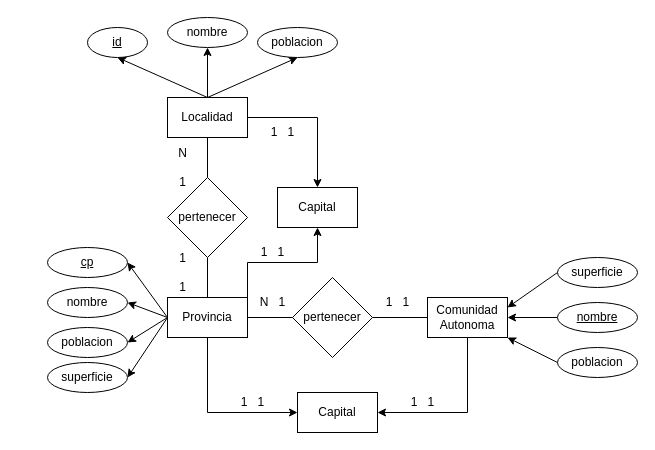
The draw.io diagram ej3.drawio in adriii28/amr-tsys-C3U12-11102023, before the edit. Source tidied: cells renumbered, new cells numbered last; positions are measured from the earlier drawing's top-left corner, leaving out a move shared by most shapes. Both pictures are drawn from the tidied source at 100%, with x=0, y=0 at pixel (47, 17).
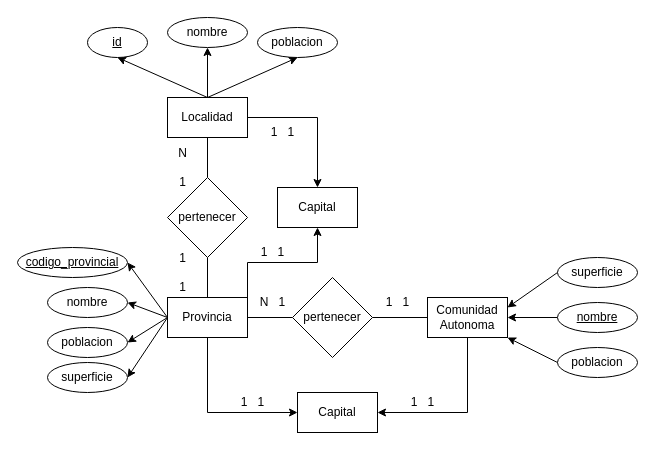
After the change.

What changed in the source:
```diff
@@
-    <mxCell id="26" value="cp" style="ellipse;whiteSpace=wrap;html=1;fontStyle=4;" parent="1" vertex="1">
-      <mxGeometry y="230" width="80" height="30" as="geometry" />
+    <mxCell id="26" value="codigo_provincial" style="ellipse;whiteSpace=wrap;html=1;fontStyle=4;" parent="1" vertex="1">
+      <mxGeometry x="-30" y="230" width="110" height="30" as="geometry" />
     </mxCell>
```
